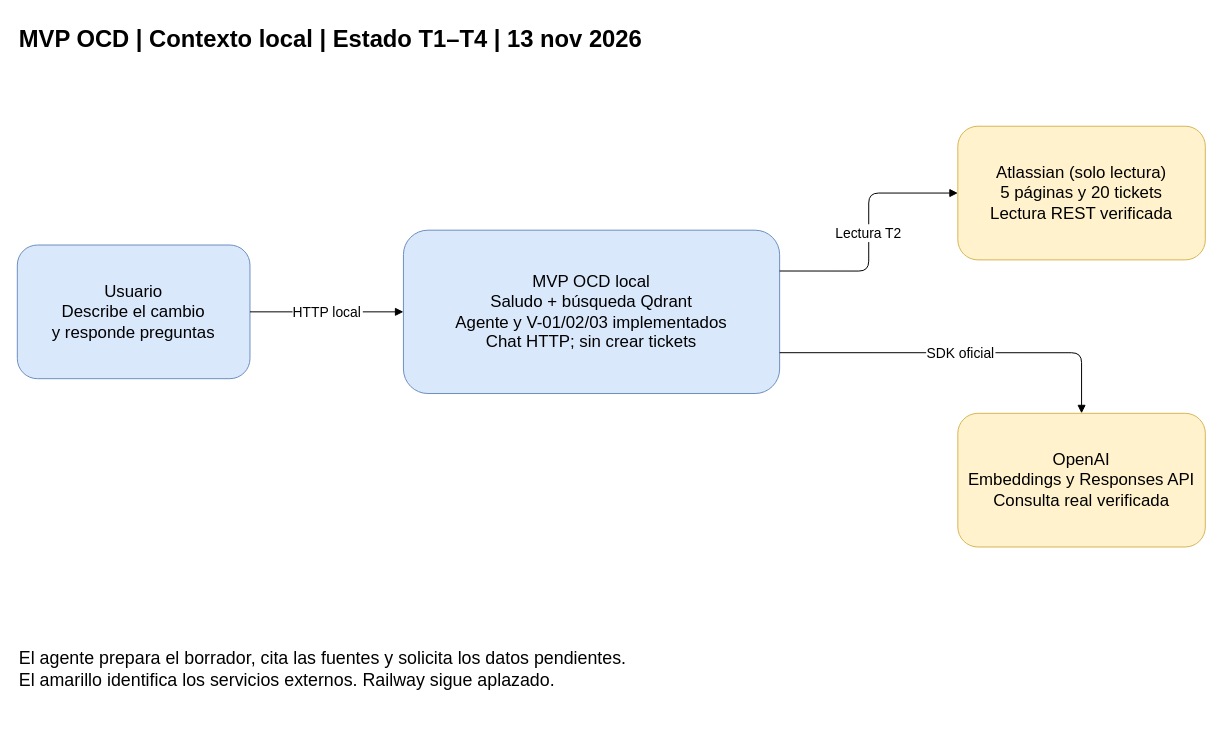
Above: page "Contexto local" (1 of 3) of docs/MVP_OCD_Arquitectura.drawio in miguelsff/grupo-visa-ai (draw.io), before the change. Source tidied: cells renumbered, new cells numbered last; positions are measured from the earlier drawing's top-left corner, leaving out a move shared by most shapes. Both pictures are drawn from the tidied source at 99%, with x=0, y=0 at pixel (17, 17).
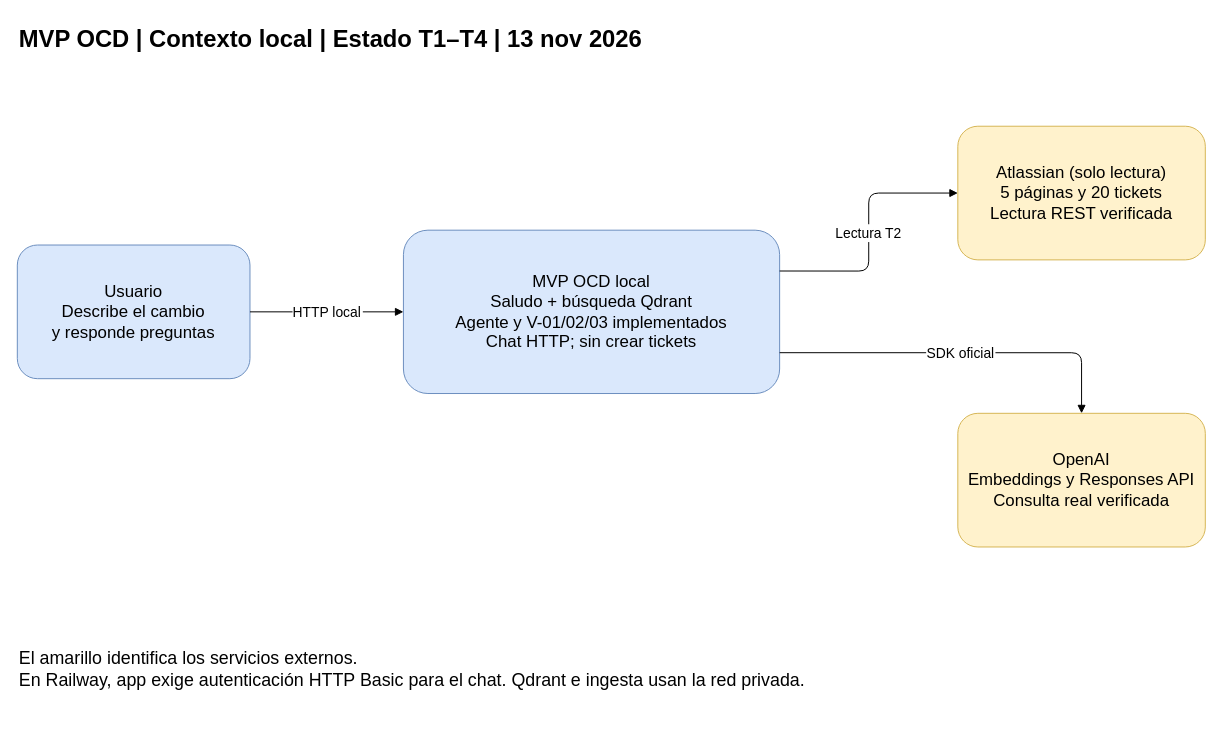
Above is the later version.

Commit message (it also covers changes not shown here):
feat: proteger el acceso público de la demo en Railway

Diff of the diagram source:
```diff
@@
 <mxGraphModel>
   <root>
     <mxCell id="0" />
     <mxCell id="1" parent="0" />
     <mxCell id="2" value="MVP OCD | Contexto local | Estado T1–T4 | 13 nov 2026" style="text;html=0;align=left;fontSize=24;fontStyle=1;" parent="1" vertex="1">
       <mxGeometry width="1200" height="65" as="geometry" />
     </mxCell>
     <mxCell id="3" value="Usuario&#10;Describe el cambio&#10;y responde preguntas" style="rounded=1;whiteSpace=wrap;html=0;align=center;verticalAlign=middle;fontSize=17;fillColor=#dae8fc;strokeColor=#6c8ebf;" parent="1" vertex="1">
       <mxGeometry y="230" width="235" height="135" as="geometry" />
     </mxCell>
     <mxCell id="4" value="MVP OCD local&#10;Saludo + búsqueda Qdrant&#10;Agente y V-01/02/03 implementados&#10;Chat HTTP; sin crear tickets" style="rounded=1;whiteSpace=wrap;html=0;align=center;verticalAlign=middle;fontSize=17;fillColor=#dae8fc;strokeColor=#6c8ebf;" parent="1" vertex="1">
       <mxGeometry x="390" y="215" width="380" height="165" as="geometry" />
     </mxCell>
     <mxCell id="5" value="Atlassian (solo lectura)&#10;5 páginas y 20 tickets&#10;Lectura REST verificada" style="rounded=1;whiteSpace=wrap;html=0;align=center;verticalAlign=middle;fontSize=17;fillColor=#fff2cc;strokeColor=#d6b656;" parent="1" vertex="1">
       <mxGeometry x="950" y="110" width="250" height="135" as="geometry" />
     </mxCell>
     <mxCell id="6" value="OpenAI&#10;Embeddings y Responses API&#10;Consulta real verificada" style="rounded=1;whiteSpace=wrap;html=0;align=center;verticalAlign=middle;fontSize=17;fillColor=#fff2cc;strokeColor=#d6b656;" parent="1" vertex="1">
       <mxGeometry x="950" y="400" width="250" height="135" as="geometry" />
     </mxCell>
     <mxCell id="7" value="HTTP local" style="edgeStyle=orthogonalEdgeStyle;html=0;endArrow=block;fontSize=14;" parent="1" edge="1" source="3" target="4">
       <mxGeometry relative="1" as="geometry" />
     </mxCell>
     <mxCell id="8" value="Lectura T2" style="edgeStyle=orthogonalEdgeStyle;html=0;endArrow=block;fontSize=14;exitX=1;exitY=0.25;" parent="1" edge="1" source="4" target="5">
       <mxGeometry relative="1" as="geometry" />
     </mxCell>
     <mxCell id="9" value="SDK oficial" style="edgeStyle=orthogonalEdgeStyle;html=0;endArrow=block;fontSize=14;exitX=1;exitY=0.75;" parent="1" edge="1" source="4" target="6">
       <mxGeometry relative="1" as="geometry" />
     </mxCell>
-    <mxCell id="10" value="El agente prepara el borrador, cita las fuentes y solicita los datos pendientes.&#10;El amarillo identifica los servicios externos. Railway sigue aplazado." style="text;html=0;align=left;fontSize=18;" parent="1" vertex="1">
+    <mxCell id="10" value="El amarillo identifica los servicios externos.&#10;En Railway, app exige autenticación HTTP Basic para el chat. Qdrant e ingesta usan la red privada." style="text;html=0;align=left;fontSize=18;" parent="1" vertex="1">
       <mxGeometry y="630" width="1200" height="100" as="geometry" />
     </mxCell>
   </root>
 </mxGraphModel>
```
